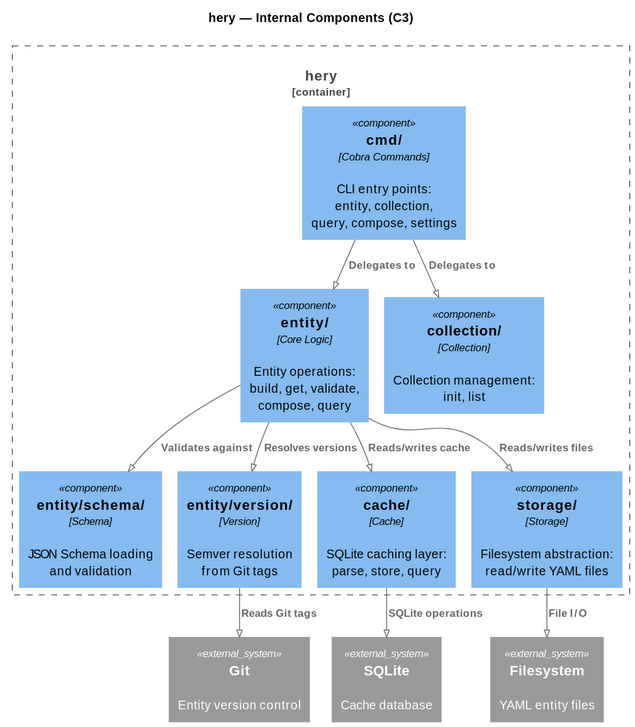
This is docs/diagrams/out/c3-hery-internals.svg from AmadlaOrg/AmadlaOrg.github.io, a PlantUML export, as it was before one commit. Source of this version:
```plantuml
@startuml
!pragma layout smetana
!define RELATIVE_INCLUDE ""
!include ../vendor/C4-PlantUML/C4_Component.puml

title hery — Internal Components (C3)

Container_Boundary(hery, "hery") {
    Component(cmd, "cmd/", "Cobra Commands", "CLI entry points:\nentity, collection,\nquery, compose, settings")

    Component(entity, "entity/", "Core Logic", "Entity operations:\nbuild, get, validate,\ncompose, query")

    Component(schema, "entity/schema/", "Schema", "JSON Schema loading\nand validation")

    Component(version, "entity/version/", "Version", "Semver resolution\nfrom Git tags")

    Component(collection, "collection/", "Collection", "Collection management:\ninit, list")

    Component(cache, "cache/", "Cache", "SQLite caching layer:\nparse, store, query")

    Component(storage, "storage/", "Storage", "Filesystem abstraction:\nread/write YAML files")
}

System_Ext(sqlite, "SQLite", "Cache database")
System_Ext(git, "Git", "Entity version control")
System_Ext(fs, "Filesystem", "YAML entity files")

Rel(cmd, entity, "Delegates to")
Rel(cmd, collection, "Delegates to")
Rel(entity, schema, "Validates against")
Rel(entity, version, "Resolves versions")
Rel(entity, cache, "Reads/writes cache")
Rel(entity, storage, "Reads/writes files")
Rel(cache, sqlite, "SQLite operations")
Rel(version, git, "Reads Git tags")
Rel(storage, fs, "File I/O")
@enduml
```
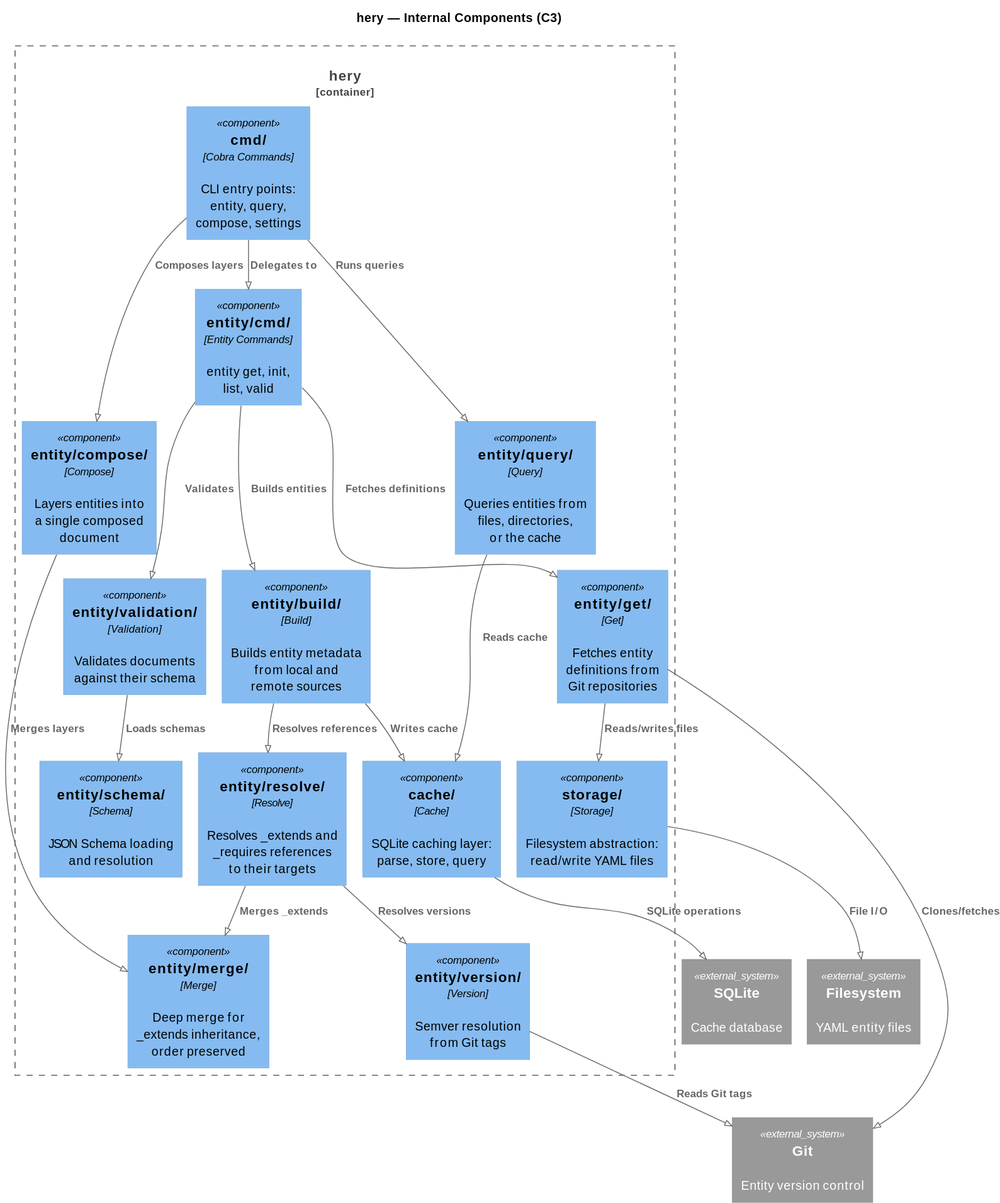
Above is the later version.

What changed in the source:
```diff
@@ -6,15 +6,27 @@
 title hery — Internal Components (C3)
 
 Container_Boundary(hery, "hery") {
-    Component(cmd, "cmd/", "Cobra Commands", "CLI entry points:\nentity, collection,\nquery, compose, settings")
+    Component(cmd, "cmd/", "Cobra Commands", "CLI entry points:\nentity, query,\ncompose, settings")
 
-    Component(entity, "entity/", "Core Logic", "Entity operations:\nbuild, get, validate,\ncompose, query")
+    Component(entity_cmd, "entity/cmd/", "Entity Commands", "entity get, init,\nlist, valid")
 
-    Component(schema, "entity/schema/", "Schema", "JSON Schema loading\nand validation")
+    Component(build, "entity/build/", "Build", "Builds entity metadata\nfrom local and\nremote sources")
+
+    Component(get, "entity/get/", "Get", "Fetches entity\ndefinitions from\nGit repositories")
+
+    Component(resolve, "entity/resolve/", "Resolve", "Resolves _extends and\n_requires references\nto their targets")
+
+    Component(merge, "entity/merge/", "Merge", "Deep merge for\n_extends inheritance,\norder preserved")
+
+    Component(compose, "entity/compose/", "Compose", "Layers entities into\na single composed\ndocument")
+
+    Component(query, "entity/query/", "Query", "Queries entities from\nfiles, directories,\nor the cache")
+
+    Component(validation, "entity/validation/", "Validation", "Validates documents\nagainst their schema")
+
+    Component(schema, "entity/schema/", "Schema", "JSON Schema loading\nand resolution")
 
     Component(version, "entity/version/", "Version", "Semver resolution\nfrom Git tags")
-
-    Component(collection, "collection/", "Collection", "Collection management:\ninit, list")
 
     Component(cache, "cache/", "Cache", "SQLite caching layer:\nparse, store, query")
 
@@ -25,13 +37,22 @@
 System_Ext(git, "Git", "Entity version control")
 System_Ext(fs, "Filesystem", "YAML entity files")
 
-Rel(cmd, entity, "Delegates to")
-Rel(cmd, collection, "Delegates to")
-Rel(entity, schema, "Validates against")
-Rel(entity, version, "Resolves versions")
-Rel(entity, cache, "Reads/writes cache")
-Rel(entity, storage, "Reads/writes files")
+Rel(cmd, entity_cmd, "Delegates to")
+Rel(cmd, compose, "Composes layers")
+Rel(cmd, query, "Runs queries")
+Rel(entity_cmd, build, "Builds entities")
+Rel(entity_cmd, get, "Fetches definitions")
+Rel(entity_cmd, validation, "Validates")
+Rel(build, resolve, "Resolves references")
+Rel(resolve, merge, "Merges _extends")
+Rel(resolve, version, "Resolves versions")
+Rel(compose, merge, "Merges layers")
+Rel(validation, schema, "Loads schemas")
+Rel(query, cache, "Reads cache")
+Rel(build, cache, "Writes cache")
+Rel(get, storage, "Reads/writes files")
 Rel(cache, sqlite, "SQLite operations")
 Rel(version, git, "Reads Git tags")
+Rel(get, git, "Clones/fetches")
 Rel(storage, fs, "File I/O")
 @enduml
```
